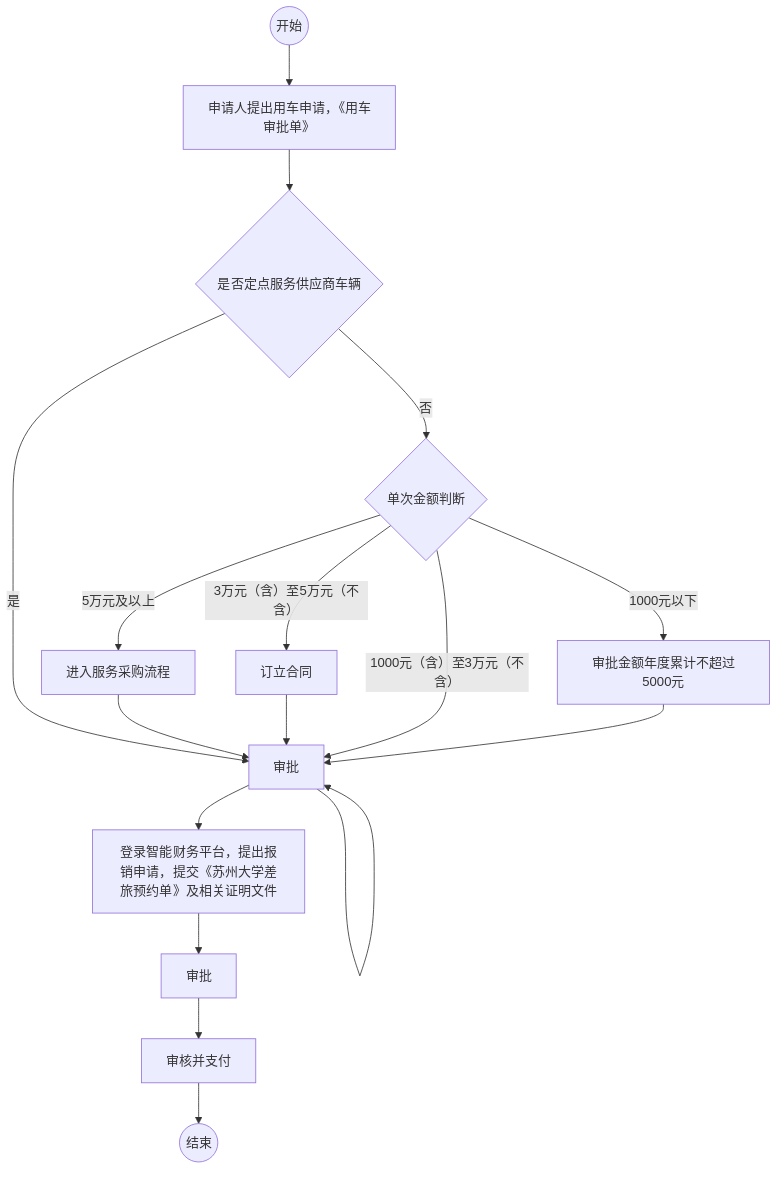
This is outline2flow/flow_outputs/page_21.png from AmyIvan/work1, a Mermaid export, as it was before one commit. Its source is kept beside it as outline2flow/mmd_outputs/page_21.mmd. Source of this version:
```mermaid
flowchart TD
    Start((开始))
    End((结束))
    A[申请人提出用车申请，《用车审批单》]
    B{是否定点服务供应商车辆}
    C[审批]
    D{单次金额判断}
    E[进入服务采购流程]
    F[订立合同]
    G[审批金额年度累计不超过5000元]
    H[登录智能财务平台，提出报销申请，提交《苏州大学差旅预约单》及相关证明文件]
    I[审批]
    J[审核并支付]

    Start --> A
    A --> B
    B -- 是 --> C
    B -- 否 --> D
    D -- 5万元及以上 --> E --> C --> C
    D -- 3万元（含）至5万元（不含） --> F --> C --> C
    D -- 1000元（含）至3万元（不含） --> C --> C
    D -- 1000元以下 --> G --> C
    C --> H
    H --> I
    I --> J
    J --> End
```
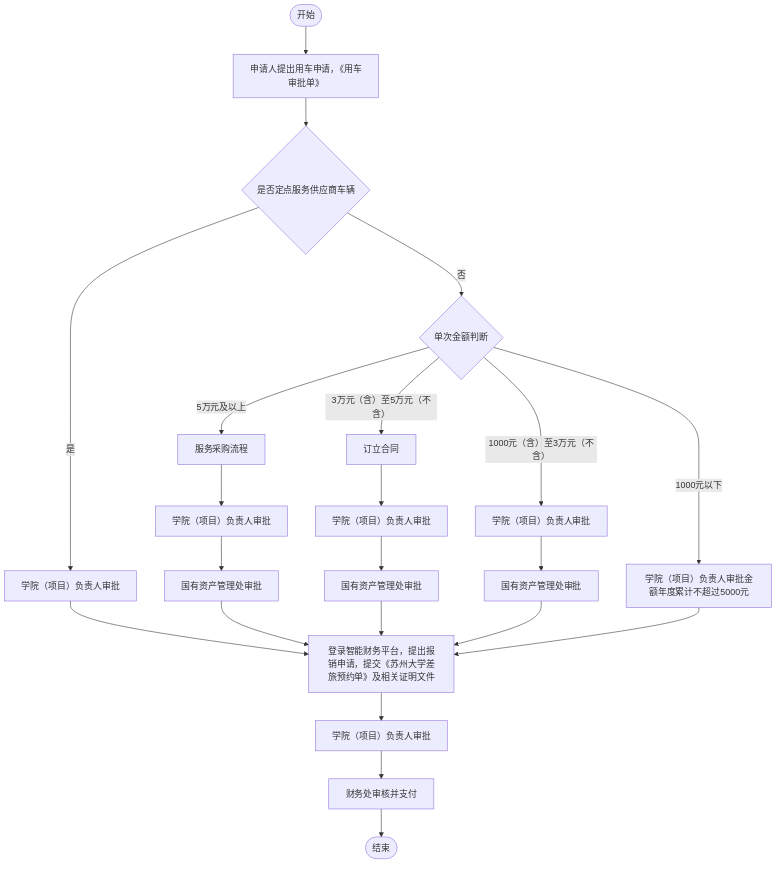
The same diagram one commit later.

Diff of the diagram source:
```diff
@@ -1,26 +1,22 @@
 flowchart TD
-    Start((开始))
-    End((结束))
-    A[申请人提出用车申请，《用车审批单》]
-    B{是否定点服务供应商车辆}
-    C[审批]
-    D{单次金额判断}
-    E[进入服务采购流程]
-    F[订立合同]
-    G[审批金额年度累计不超过5000元]
-    H[登录智能财务平台，提出报销申请，提交《苏州大学差旅预约单》及相关证明文件]
-    I[审批]
-    J[审核并支付]
-
-    Start --> A
-    A --> B
-    B -- 是 --> C
-    B -- 否 --> D
-    D -- 5万元及以上 --> E --> C --> C
-    D -- 3万元（含）至5万元（不含） --> F --> C --> C
-    D -- 1000元（含）至3万元（不含） --> C --> C
-    D -- 1000元以下 --> G --> C
-    C --> H
-    H --> I
-    I --> J
-    J --> End
+    Start([开始]) --> P1["申请人提出用车申请，《用车审批单》"]
+    P1 --> P2{"是否定点服务供应商车辆"}
+    P2 -- 是 --> P3["学院（项目）负责人审批"]
+    P2 -- 否 --> P4{"单次金额判断"}
+    P4 -- 5万元及以上 --> P5["服务采购流程"]
+    P5 --> P6["学院（项目）负责人审批"]
+    P6 --> P7["国有资产管理处审批"]
+    P4 -- 3万元（含）至5万元（不含） --> P8["订立合同"]
+    P8 --> P9["学院（项目）负责人审批"]
+    P9 --> P10["国有资产管理处审批"]
+    P4 -- 1000元（含）至3万元（不含） --> P11["学院（项目）负责人审批"]
+    P11 --> P12["国有资产管理处审批"]
+    P4 -- 1000元以下 --> P13["学院（项目）负责人审批金额年度累计不超过5000元"]
+    P3 --> P14["登录智能财务平台，提出报销申请，提交《苏州大学差旅预约单》及相关证明文件"]
+    P7 --> P14
+    P10 --> P14
+    P12 --> P14
+    P13 --> P14
+    P14 --> P15["学院（项目）负责人审批"]
+    P15 --> P16["财务处审核并支付"]
+    P16 --> End([结束])
```
